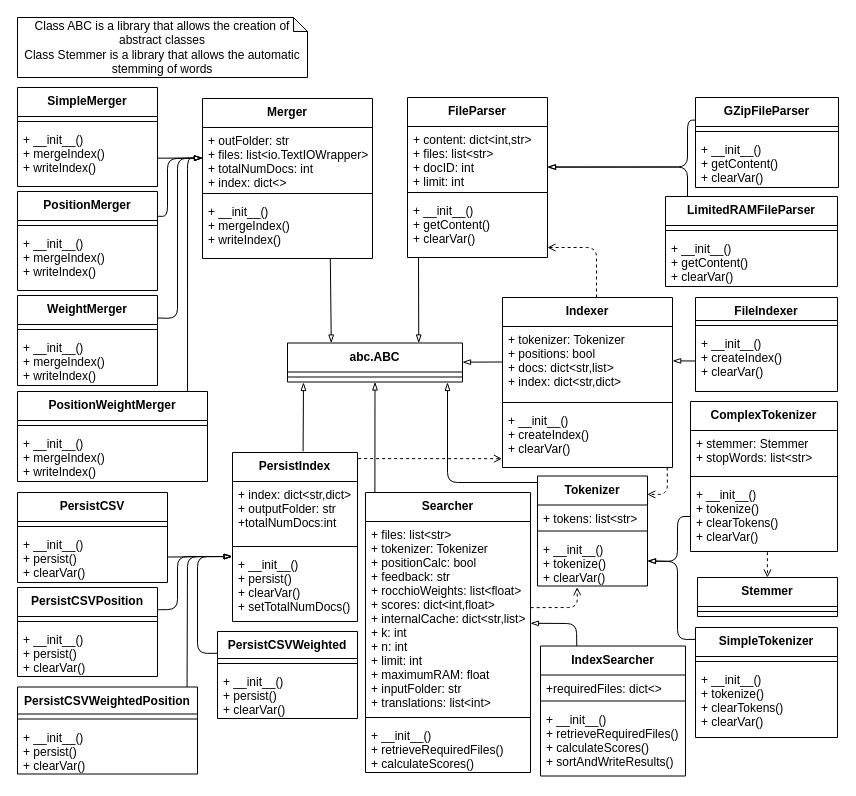
The draw.io diagram Diagrams/ClassDiagram_assign3.drawio in joao-alegria/RI, before the edit. Source tidied: cells renumbered, new cells numbered last; positions are measured from the earlier drawing's top-left corner, leaving out a move shared by most shapes. Both pictures are drawn from the tidied source at 100%, with x=0, y=0 at pixel (17, 17).
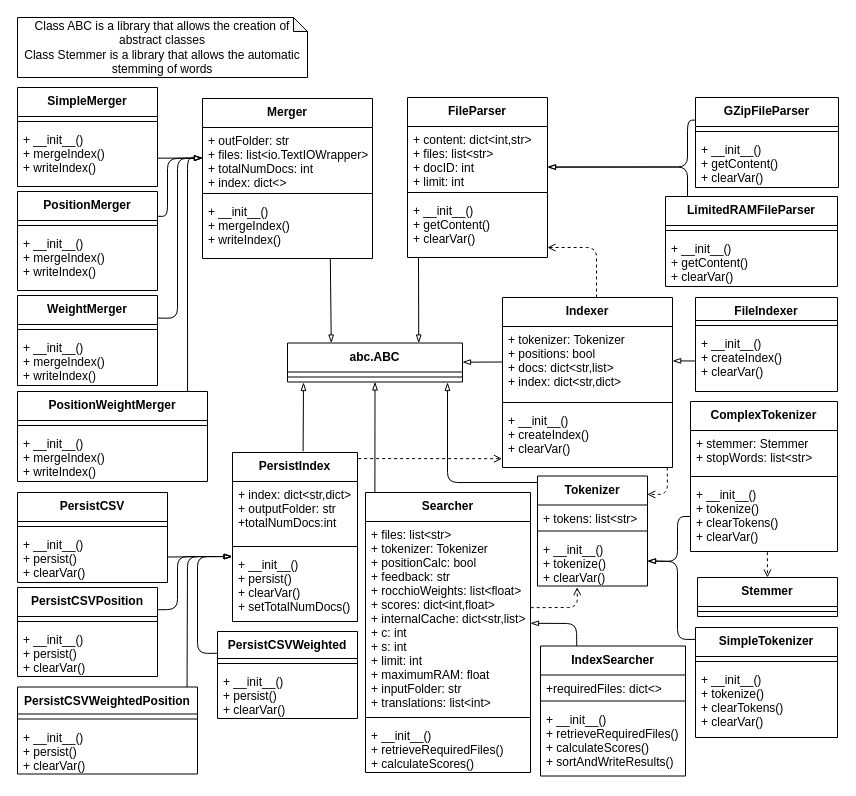
The same diagram, later.

Commit message (it also covers changes not shown here):
Diagram correction.

The change refers to these unchanged cells:
```xml
<mxCell id="89" value="Searcher" style="swimlane;fontStyle=1;align=center;verticalAlign=top;horizontal=1;startSize=29;" parent="1" vertex="1">
  <mxGeometry x="348" y="475" width="165" height="280" as="geometry" />
</mxCell>
```

What changed in the source:
```diff
@@
-    <mxCell id="90" value="+ files: list&lt;str&gt;&#10;+ tokenizer: Tokenizer&#10;+ positionCalc: bool&#10;+ feedback: str&#10;+ rocchioWeights: list&lt;float&gt;&#10;+ scores: dict&lt;int,float&gt;&#10;+ internalCache: dict&lt;str,list&gt;&#10;+ k: int&#10;+ n: int&#10;+ limit: int&#10;+ maximumRAM: float&#10;+ inputFolder: str&#10;+ translations: list&lt;int&gt;&#10;&#10;&#10;" style="text;strokeColor=none;fillColor=none;align=left;verticalAlign=top;spacingLeft=4;spacingRight=4;overflow=hidden;points=[[0,0.5],[1,0.5]];portConstraint=eastwest;" parent="89" vertex="1">
+    <mxCell id="90" value="+ files: list&lt;str&gt;&#10;+ tokenizer: Tokenizer&#10;+ positionCalc: bool&#10;+ feedback: str&#10;+ rocchioWeights: list&lt;float&gt;&#10;+ scores: dict&lt;int,float&gt;&#10;+ internalCache: dict&lt;str,list&gt;&#10;+ c: int&#10;+ s: int&#10;+ limit: int&#10;+ maximumRAM: float&#10;+ inputFolder: str&#10;+ translations: list&lt;int&gt;&#10;&#10;&#10;" style="text;strokeColor=none;fillColor=none;align=left;verticalAlign=top;spacingLeft=4;spacingRight=4;overflow=hidden;points=[[0,0.5],[1,0.5]];portConstraint=eastwest;" parent="89" vertex="1">
       <mxGeometry y="29" width="165" height="191" as="geometry" />
     </mxCell>
```
